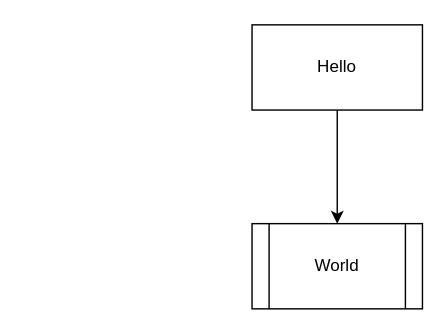
yuxiang660/draw_io keeps this draw.io diagram as hello.drawio. Above is the earlier version. Source tidied: cells renumbered, new cells numbered last; positions are measured from the earlier drawing's top-left corner, leaving out a move shared by most shapes. Both pictures are drawn from the tidied source at 142%, with x=0, y=0 at pixel (251, 24).
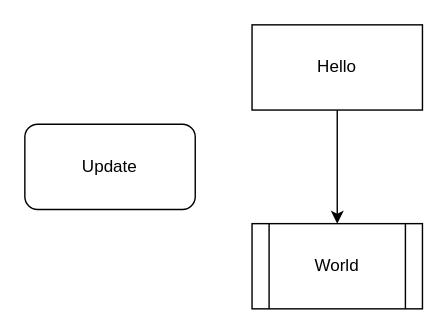
The same page after the edit.

What changed in the source:
```diff
@@
 <mxGraphModel>
   <root>
     <mxCell id="0" />
     <mxCell id="1" parent="0" />
     <mxCell id="2" style="edgeStyle=orthogonalEdgeStyle;rounded=0;jettySize=auto;html=1;entryX=0.5;entryY=0;entryDx=0;entryDy=0;" parent="1" edge="1" source="3" target="4">
       <mxGeometry relative="1" as="geometry" />
     </mxCell>
     <mxCell id="3" value="Hello" style="rounded=0;whiteSpace=wrap;html=1;" parent="1" vertex="1">
       <mxGeometry width="120" height="60" as="geometry" />
     </mxCell>
     <mxCell id="4" value="World" style="shape=process;whiteSpace=wrap;html=1;backgroundOutline=1;" parent="1" vertex="1">
       <mxGeometry y="140" width="120" height="60" as="geometry" />
     </mxCell>
+    <mxCell id="5" value="Update" style="rounded=1;whiteSpace=wrap;html=1;" parent="1" vertex="1">
+      <mxGeometry x="-160" y="70" width="120" height="60" as="geometry" />
+    </mxCell>
   </root>
 </mxGraphModel>
```
